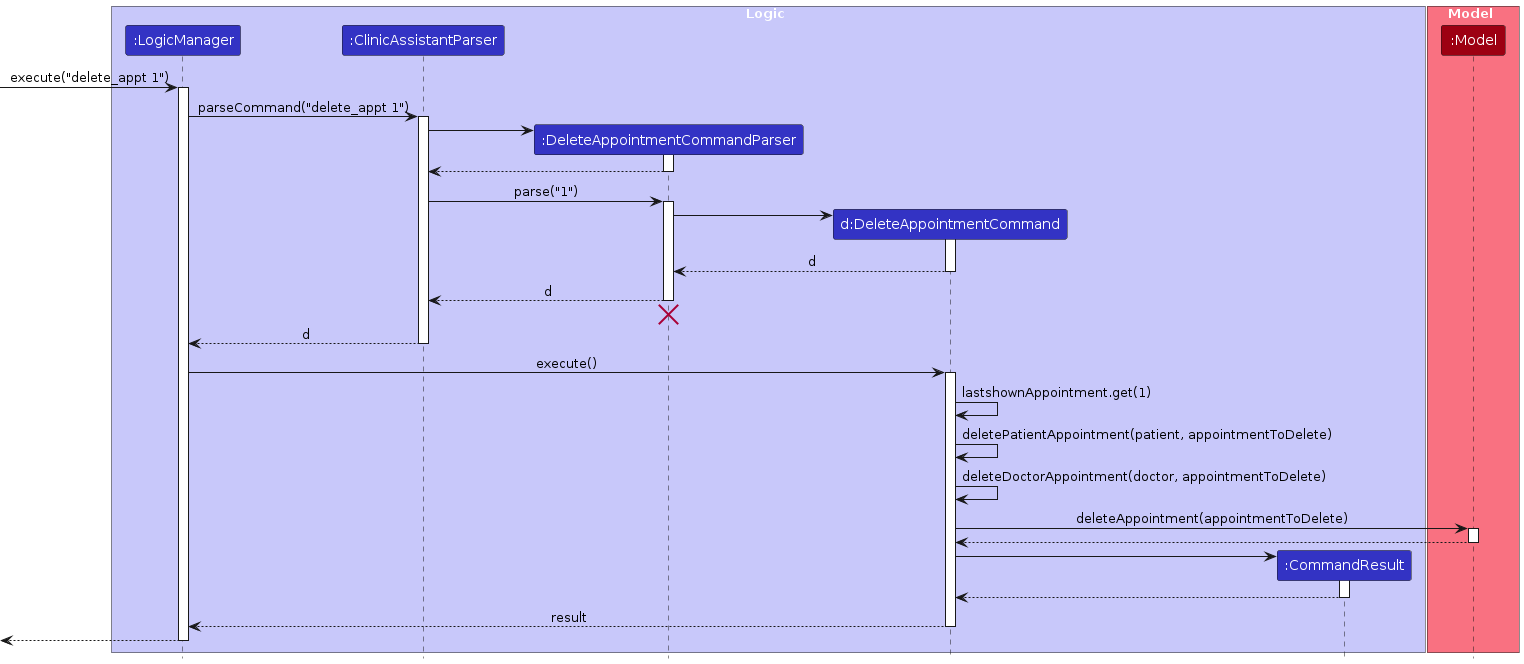
Before: diagrams/DeleteAppointments.png, a diagram exported from PlantUML (AY2324S1-CS2103T-W09-3/tp). Its source is kept beside it as diagrams/DeleteAppointments.puml.
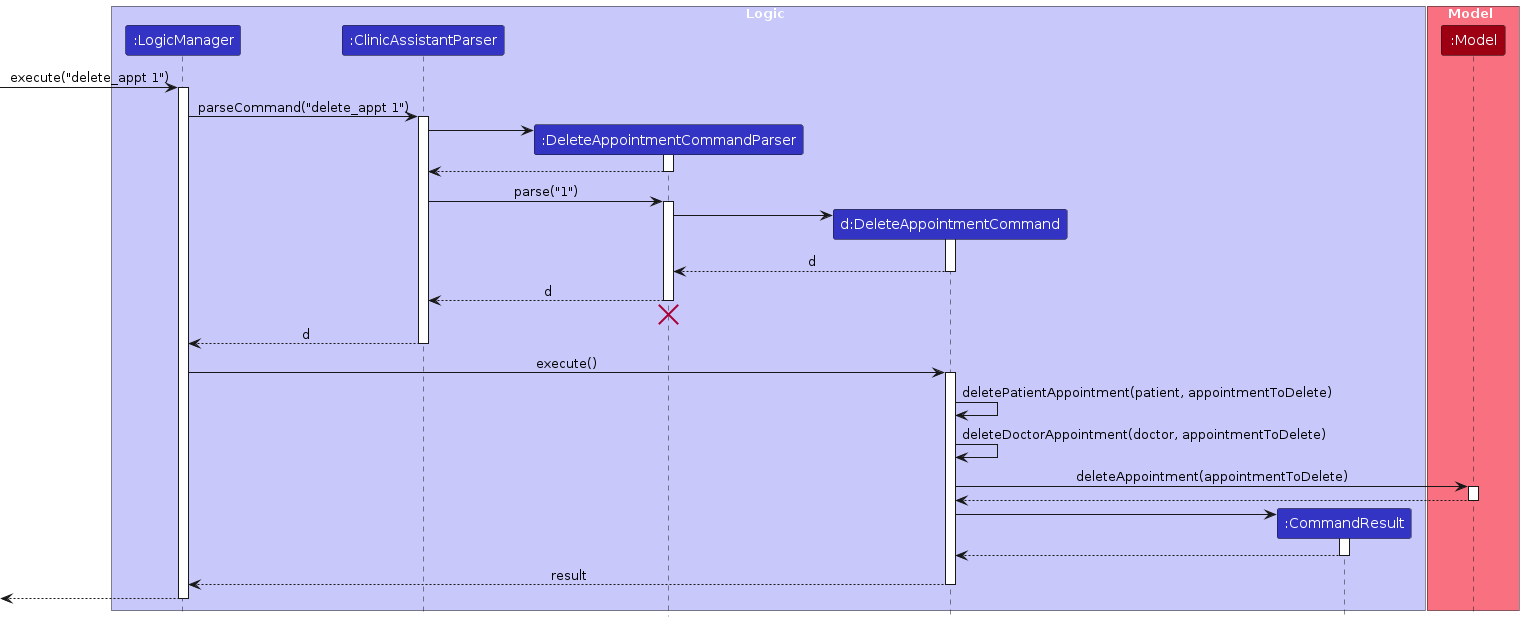
Later version of the same file.

Diff of the diagram source:
```diff
@@ -49,7 +49,6 @@
 activate DeleteAppointmentCommand
 
 
-DeleteAppointmentCommand -> DeleteAppointmentCommand : lastshownAppointment.get(1)
 DeleteAppointmentCommand -> DeleteAppointmentCommand : deletePatientAppointment(patient, appointmentToDelete)
 DeleteAppointmentCommand -> DeleteAppointmentCommand : deleteDoctorAppointment(doctor, appointmentToDelete)
 
```
